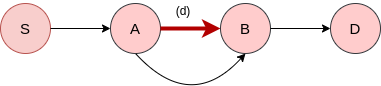
Before: Untitled Diagram.png, a diagram exported from draw.io (diletta-prog/or). Source tidied: cells renumbered, new cells last; positions are measured from the earlier drawing's top-left corner, leaving out a move shared by most shapes.
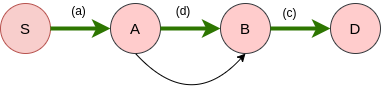
After the commit.

Change to the diagram source:
```diff
@@ -14,13 +14,13 @@
     <mxCell id="5" value="&lt;span style=&quot;font-size: 15px&quot;&gt;D&lt;/span&gt;" style="ellipse;whiteSpace=wrap;html=1;fillColor=#ffcccc;strokeColor=#36393d;" parent="1" vertex="1">
       <mxGeometry x="330" y="3" width="50" height="50" as="geometry" />
     </mxCell>
-    <mxCell id="6" style="endArrow=classic;html=1;exitX=1;exitY=0.5;exitDx=0;exitDy=0;entryX=0;entryY=0.5;entryDx=0;entryDy=0;" parent="1" edge="1" source="2" target="3">
+    <mxCell id="6" style="endArrow=classic;html=1;exitX=1;exitY=0.5;exitDx=0;exitDy=0;entryX=0;entryY=0.5;entryDx=0;entryDy=0;fillColor=#60a917;strokeColor=#2D7600;strokeWidth=4;" parent="1" edge="1" source="2" target="3">
       <mxGeometry relative="1" as="geometry" />
     </mxCell>
-    <mxCell id="7" style="endArrow=classic;html=1;exitX=1;exitY=0.5;exitDx=0;exitDy=0;entryX=0;entryY=0.5;entryDx=0;entryDy=0;fillColor=#e51400;strokeColor=#B20000;strokeWidth=4;" parent="1" edge="1" source="3" target="4">
+    <mxCell id="7" style="endArrow=classic;html=1;exitX=1;exitY=0.5;exitDx=0;exitDy=0;entryX=0;entryY=0.5;entryDx=0;entryDy=0;fillColor=#60a917;strokeColor=#2D7600;strokeWidth=4;" parent="1" edge="1" source="3" target="4">
       <mxGeometry relative="1" as="geometry" />
     </mxCell>
-    <mxCell id="8" style="endArrow=classic;html=1;exitX=1;exitY=0.5;exitDx=0;exitDy=0;entryX=0;entryY=0.5;entryDx=0;entryDy=0;" parent="1" edge="1" source="4" target="5">
+    <mxCell id="8" style="endArrow=classic;html=1;exitX=1;exitY=0.5;exitDx=0;exitDy=0;entryX=0;entryY=0.5;entryDx=0;entryDy=0;fillColor=#60a917;strokeColor=#2D7600;strokeWidth=4;" parent="1" edge="1" source="4" target="5">
       <mxGeometry relative="1" as="geometry" />
     </mxCell>
     <mxCell id="9" style="curved=1;endArrow=classic;html=1;exitX=0.5;exitY=1;exitDx=0;exitDy=0;entryX=0.5;entryY=1;entryDx=0;entryDy=0;" parent="1" edge="1" source="3" target="4">
@@ -33,5 +33,11 @@
     <mxCell id="10" value="(d)" style="text;html=1;strokeColor=none;fillColor=none;align=center;verticalAlign=middle;whiteSpace=wrap;rounded=0;sketch=0;" parent="1" vertex="1">
       <mxGeometry x="163" width="40" height="20" as="geometry" />
     </mxCell>
+    <mxCell id="11" value="(a)" style="text;html=1;align=center;verticalAlign=middle;strokeColor=none;" parent="1" vertex="1">
+      <mxGeometry x="65" y="1" width="25" height="18" as="geometry" />
+    </mxCell>
+    <mxCell id="12" value="(c)" style="text;html=1;align=center;verticalAlign=middle;strokeColor=none;" parent="1" vertex="1">
+      <mxGeometry x="277" y="3" width="24" height="18" as="geometry" />
+    </mxCell>
   </root>
 </mxGraphModel>
```
